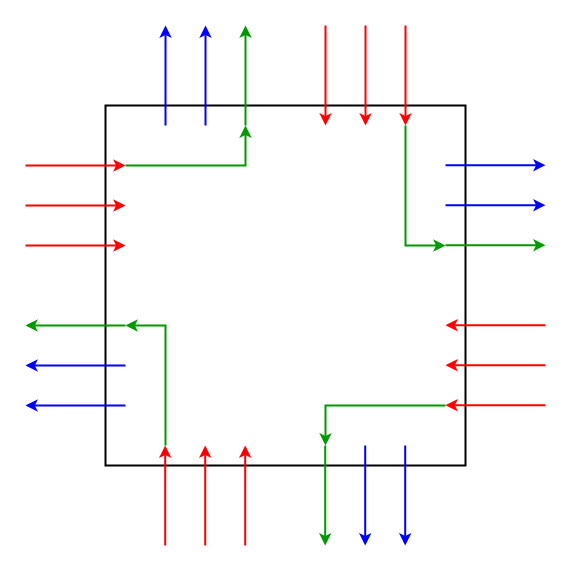
Earlier version of the draw.io diagram 流向图.drawio (As-The-Wind/game-of-life-4-4). Source tidied: cells renumbered, new cells numbered last; positions are measured from the earlier drawing's top-left corner, leaving out a move shared by most shapes. Both pictures are drawn from the tidied source at 100%, with x=0, y=0 at pixel (25, 25).
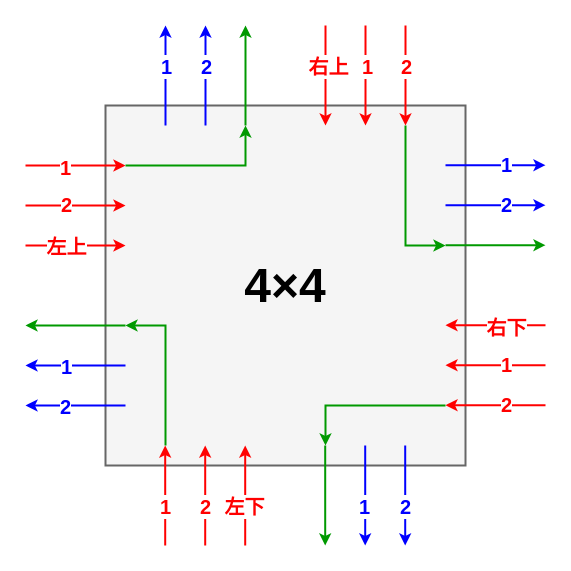
After the change.

The change refers to these unchanged cells:
```xml
<mxCell id="3" style="endArrow=classic;html=1;rounded=0;fillColor=#f8cecc;strokeColor=#FF0000;strokeWidth=2;" parent="1" edge="1">
  <mxGeometry relative="1" as="geometry">
    <mxPoint y="140" as="sourcePoint" />
    <mxPoint x="100" y="140" as="targetPoint" />
  </mxGeometry>
</mxCell>
<mxCell id="4" style="endArrow=classic;html=1;rounded=0;fillColor=#f8cecc;strokeColor=#FF0000;strokeWidth=2;" parent="1" edge="1">
  <mxGeometry relative="1" as="geometry">
    <mxPoint y="180" as="sourcePoint" />
    <mxPoint x="100" y="180" as="targetPoint" />
  </mxGeometry>
</mxCell>
<mxCell id="5" style="endArrow=classic;html=1;rounded=0;fillColor=#f8cecc;strokeColor=#FF0000;strokeWidth=2;" parent="1" edge="1">
  <mxGeometry relative="1" as="geometry">
    <mxPoint y="220" as="sourcePoint" />
    <mxPoint x="100" y="220" as="targetPoint" />
  </mxGeometry>
</mxCell>
<mxCell id="7" style="endArrow=classic;html=1;rounded=0;fillColor=#d5e8d4;strokeColor=#0000FF;strokeWidth=2;" parent="1" edge="1">
  <mxGeometry relative="1" as="geometry">
    <mxPoint x="100" y="340" as="sourcePoint" />
    <mxPoint y="340" as="targetPoint" />
  </mxGeometry>
</mxCell>
<mxCell id="8" style="endArrow=classic;html=1;rounded=0;fillColor=#d5e8d4;strokeColor=#0000FF;strokeWidth=2;" parent="1" edge="1">
  <mxGeometry relative="1" as="geometry">
    <mxPoint x="100" y="380" as="sourcePoint" />
    <mxPoint y="380" as="targetPoint" />
  </mxGeometry>
</mxCell>
<mxCell id="9" style="endArrow=classic;html=1;rounded=0;fillColor=#d5e8d4;strokeColor=#0000FF;strokeWidth=2;" parent="1" edge="1">
  <mxGeometry relative="1" as="geometry">
    <mxPoint x="420" y="139.7" as="sourcePoint" />
    <mxPoint x="520" y="139.7" as="targetPoint" />
  </mxGeometry>
</mxCell>
<mxCell id="10" style="endArrow=classic;html=1;rounded=0;fillColor=#d5e8d4;strokeColor=#0000FF;strokeWidth=2;" parent="1" edge="1">
  <mxGeometry relative="1" as="geometry">
    <mxPoint x="420" y="179.7" as="sourcePoint" />
    <mxPoint x="520" y="179.7" as="targetPoint" />
  </mxGeometry>
</mxCell>
<mxCell id="12" style="endArrow=classic;html=1;rounded=0;strokeColor=#FF0000;strokeWidth=2;" parent="1" edge="1">
  <mxGeometry relative="1" as="geometry">
    <mxPoint x="520" y="299.7" as="sourcePoint" />
    <mxPoint x="420" y="299.7" as="targetPoint" />
  </mxGeometry>
</mxCell>
<mxCell id="13" style="endArrow=classic;html=1;rounded=0;strokeColor=#FF0000;strokeWidth=2;" parent="1" edge="1">
  <mxGeometry relative="1" as="geometry">
    <mxPoint x="520" y="339.7" as="sourcePoint" />
    <mxPoint x="420" y="339.7" as="targetPoint" />
  </mxGeometry>
</mxCell>
<mxCell id="14" style="endArrow=classic;html=1;rounded=0;strokeColor=#FF0000;strokeWidth=2;" parent="1" edge="1">
  <mxGeometry relative="1" as="geometry">
    <mxPoint x="520" y="379.7" as="sourcePoint" />
    <mxPoint x="420" y="379.7" as="targetPoint" />
  </mxGeometry>
</mxCell>
<mxCell id="15" style="endArrow=classic;html=1;rounded=0;fillColor=#d5e8d4;strokeColor=#0000FF;strokeWidth=2;" parent="1" edge="1">
  <mxGeometry relative="1" as="geometry">
    <mxPoint x="140" y="100" as="sourcePoint" />
    <mxPoint x="140" as="targetPoint" />
  </mxGeometry>
</mxCell>
<mxCell id="16" style="endArrow=classic;html=1;rounded=0;fillColor=#d5e8d4;strokeColor=#0000FF;strokeWidth=2;" parent="1" edge="1">
  <mxGeometry relative="1" as="geometry">
    <mxPoint x="180" y="100" as="sourcePoint" />
    <mxPoint x="180" as="targetPoint" />
  </mxGeometry>
</mxCell>
<mxCell id="18" style="endArrow=classic;html=1;rounded=0;strokeColor=#FF0000;strokeWidth=2;" parent="1" edge="1">
  <mxGeometry relative="1" as="geometry">
    <mxPoint x="300" as="sourcePoint" />
    <mxPoint x="300" y="100" as="targetPoint" />
  </mxGeometry>
</mxCell>
<mxCell id="19" style="endArrow=classic;html=1;rounded=0;strokeColor=#FF0000;strokeWidth=2;" parent="1" edge="1">
  <mxGeometry relative="1" as="geometry">
    <mxPoint x="340" as="sourcePoint" />
    <mxPoint x="340" y="100" as="targetPoint" />
  </mxGeometry>
</mxCell>
<mxCell id="20" style="endArrow=classic;html=1;rounded=0;strokeColor=#FF0000;strokeWidth=2;" parent="1" edge="1">
  <mxGeometry relative="1" as="geometry">
    <mxPoint x="380" as="sourcePoint" />
    <mxPoint x="380" y="100" as="targetPoint" />
  </mxGeometry>
</mxCell>
<mxCell id="21" style="endArrow=classic;html=1;rounded=0;strokeColor=#FF0000;strokeWidth=2;" parent="1" edge="1">
  <mxGeometry relative="1" as="geometry">
    <mxPoint x="139.7" y="520" as="sourcePoint" />
    <mxPoint x="139.7" y="420" as="targetPoint" />
  </mxGeometry>
</mxCell>
<mxCell id="22" style="endArrow=classic;html=1;rounded=0;strokeColor=#FF0000;strokeWidth=2;" parent="1" edge="1">
  <mxGeometry relative="1" as="geometry">
    <mxPoint x="179.7" y="520" as="sourcePoint" />
    <mxPoint x="179.7" y="420" as="targetPoint" />
  </mxGeometry>
</mxCell>
<mxCell id="23" style="endArrow=classic;html=1;rounded=0;strokeColor=#FF0000;strokeWidth=2;" parent="1" edge="1">
  <mxGeometry relative="1" as="geometry">
    <mxPoint x="219.7" y="520" as="sourcePoint" />
    <mxPoint x="219.7" y="420" as="targetPoint" />
  </mxGeometry>
</mxCell>
<mxCell id="25" style="endArrow=classic;html=1;rounded=0;fillColor=#d5e8d4;strokeColor=#0000FF;strokeWidth=2;" parent="1" edge="1">
  <mxGeometry relative="1" as="geometry">
    <mxPoint x="339.7" y="420" as="sourcePoint" />
    <mxPoint x="339.7" y="520" as="targetPoint" />
  </mxGeometry>
</mxCell>
<mxCell id="26" style="endArrow=classic;html=1;rounded=0;fillColor=#d5e8d4;strokeColor=#0000FF;strokeWidth=2;" parent="1" edge="1">
  <mxGeometry relative="1" as="geometry">
    <mxPoint x="379.7" y="420" as="sourcePoint" />
    <mxPoint x="379.7" y="520" as="targetPoint" />
  </mxGeometry>
</mxCell>
```

The edit, as a diff of the source:
```diff
@@
-    <mxCell id="2" style="rounded=0;whiteSpace=wrap;html=1;strokeWidth=2;" parent="1" vertex="1">
+    <mxCell id="2" style="rounded=0;whiteSpace=wrap;html=1;strokeWidth=2;fillColor=#f5f5f5;fontColor=#333333;strokeColor=#666666;" parent="1" vertex="1">
       <mxGeometry x="80" y="80" width="360" height="360" as="geometry" />
     </mxCell>
@@
+    <mxCell id="31" value="1" style="edgeLabel;html=1;align=center;verticalAlign=middle;fontSize=20;fontColor=#FF0000;fontStyle=1;" parent="3" vertex="1">
+      <mxGeometry x="-0.55" y="-1" relative="1" as="geometry">
+        <mxPoint x="17" as="offset" />
+      </mxGeometry>
+    </mxCell>
@@
+    <mxCell id="32" value="&lt;div style=&quot;font-size: 20px;&quot;&gt;2&lt;/div&gt;" style="edgeLabel;html=1;align=center;verticalAlign=middle;fontSize=20;fontColor=#FF0000;fontStyle=1;" parent="4" vertex="1">
+      <mxGeometry x="-0.5" y="2" relative="1" as="geometry">
+        <mxPoint x="15" as="offset" />
+      </mxGeometry>
+    </mxCell>
@@
+    <mxCell id="33" value="左上" style="edgeLabel;html=1;align=center;verticalAlign=middle;fontSize=20;fontColor=#FF0000;fontStyle=1;" parent="5" vertex="1">
+      <mxGeometry x="-0.52" relative="1" as="geometry">
+        <mxPoint x="16" as="offset" />
+      </mxGeometry>
+    </mxCell>
@@
+    <mxCell id="34" value="1" style="edgeLabel;html=1;align=center;verticalAlign=middle;fontSize=20;fontColor=#0000FF;fontStyle=1;" parent="7" vertex="1">
+      <mxGeometry x="0.4" relative="1" as="geometry">
+        <mxPoint x="10" as="offset" />
+      </mxGeometry>
+    </mxCell>
@@
+    <mxCell id="35" value="2" style="edgeLabel;html=1;align=center;verticalAlign=middle;fontSize=20;fontColor=#0000FF;fontStyle=1;" parent="8" vertex="1">
+      <mxGeometry x="0.37" relative="1" as="geometry">
+        <mxPoint x="8" as="offset" />
+      </mxGeometry>
+    </mxCell>
@@
+    <mxCell id="36" value="1" style="edgeLabel;html=1;align=center;verticalAlign=middle;fontSize=20;fontColor=#0000FF;fontStyle=1;" parent="9" vertex="1">
+      <mxGeometry x="0.21" y="1" relative="1" as="geometry">
+        <mxPoint x="-1" as="offset" />
+      </mxGeometry>
+    </mxCell>
@@
+    <mxCell id="37" value="2" style="edgeLabel;html=1;align=center;verticalAlign=middle;fontSize=20;fontColor=#0000FF;fontStyle=1;" parent="10" vertex="1">
+      <mxGeometry x="0.19" y="1" relative="1" as="geometry" />
+    </mxCell>
@@
+    <mxCell id="38" value="右下" style="edgeLabel;html=1;align=center;verticalAlign=middle;fontSize=20;fontColor=#FF0000;fontStyle=1;" parent="12" vertex="1">
+      <mxGeometry x="-0.22" y="2" relative="1" as="geometry">
+        <mxPoint x="-1" as="offset" />
+      </mxGeometry>
+    </mxCell>
@@
+    <mxCell id="39" value="1" style="edgeLabel;html=1;align=center;verticalAlign=middle;fontSize=20;fontColor=#FF0000;fontStyle=1;" parent="13" vertex="1">
+      <mxGeometry x="-0.28" y="-1" relative="1" as="geometry">
+        <mxPoint x="-4" as="offset" />
+      </mxGeometry>
+    </mxCell>
@@
+    <mxCell id="40" value="2" style="edgeLabel;html=1;align=center;verticalAlign=middle;fontSize=20;fontColor=#FF0000;fontStyle=1;" parent="14" vertex="1">
+      <mxGeometry x="-0.28" y="-1" relative="1" as="geometry">
+        <mxPoint x="-4" as="offset" />
+      </mxGeometry>
+    </mxCell>
@@
+    <mxCell id="41" value="1" style="edgeLabel;html=1;align=center;verticalAlign=middle;fontSize=20;fontColor=#0000FF;fontStyle=1;" parent="15" vertex="1">
+      <mxGeometry x="0.17" y="2" relative="1" as="geometry">
+        <mxPoint x="2" y="-1" as="offset" />
+      </mxGeometry>
+    </mxCell>
@@
+    <mxCell id="42" value="2" style="edgeLabel;html=1;align=center;verticalAlign=middle;fontSize=20;fontColor=#0000FF;fontStyle=1;" parent="16" vertex="1">
+      <mxGeometry x="0.24" y="2" relative="1" as="geometry">
+        <mxPoint x="2" y="2" as="offset" />
+      </mxGeometry>
+    </mxCell>
@@
+    <mxCell id="43" value="右上" style="edgeLabel;html=1;align=center;verticalAlign=middle;fontSize=20;fontColor=#FF0000;fontStyle=1;" parent="18" vertex="1">
+      <mxGeometry x="-0.17" y="-2" relative="1" as="geometry">
+        <mxPoint x="4" y="-2" as="offset" />
+      </mxGeometry>
+    </mxCell>
@@
+    <mxCell id="44" value="1" style="edgeLabel;html=1;align=center;verticalAlign=middle;fontSize=20;fontColor=#FF0000;fontStyle=1;" parent="19" vertex="1">
+      <mxGeometry x="-0.18" y="-1" relative="1" as="geometry">
+        <mxPoint x="2" y="-1" as="offset" />
+      </mxGeometry>
+    </mxCell>
@@
+    <mxCell id="45" value="2" style="edgeLabel;html=1;align=center;verticalAlign=middle;fontSize=20;fontColor=#FF0000;fontStyle=1;" parent="20" vertex="1">
+      <mxGeometry x="-0.22" y="-2" relative="1" as="geometry">
+        <mxPoint x="2" y="1" as="offset" />
+      </mxGeometry>
+    </mxCell>
@@
+    <mxCell id="46" value="1" style="edgeLabel;html=1;align=center;verticalAlign=middle;fontSize=20;fontColor=#FF0000;fontStyle=1;" parent="21" vertex="1">
+      <mxGeometry x="-0.41" relative="1" as="geometry">
+        <mxPoint y="-10" as="offset" />
+      </mxGeometry>
+    </mxCell>
@@
+    <mxCell id="47" value="2" style="edgeLabel;html=1;align=center;verticalAlign=middle;fontSize=20;fontColor=#FF0000;fontStyle=1;" parent="22" vertex="1">
+      <mxGeometry x="-0.36" y="3" relative="1" as="geometry">
+        <mxPoint x="3" y="-8" as="offset" />
+      </mxGeometry>
+    </mxCell>
@@
+    <mxCell id="48" value="左下" style="edgeLabel;html=1;align=center;verticalAlign=middle;fontSize=20;fontColor=#FF0000;fontStyle=1;" parent="23" vertex="1">
+      <mxGeometry x="-0.29" y="1" relative="1" as="geometry">
+        <mxPoint y="-4" as="offset" />
+      </mxGeometry>
+    </mxCell>
@@
+    <mxCell id="49" value="1" style="edgeLabel;html=1;align=center;verticalAlign=middle;fontSize=20;fontColor=#0000FF;fontStyle=1;" parent="25" vertex="1">
+      <mxGeometry x="0.28" y="-1" relative="1" as="geometry">
+        <mxPoint y="-4" as="offset" />
+      </mxGeometry>
+    </mxCell>
@@
+    <mxCell id="50" value="2" style="edgeLabel;html=1;align=center;verticalAlign=middle;fontSize=20;fontColor=#0000FF;fontStyle=1;" parent="26" vertex="1">
+      <mxGeometry x="0.23" y="-3" relative="1" as="geometry">
+        <mxPoint x="3" y="-2" as="offset" />
+      </mxGeometry>
+    </mxCell>
@@
+    <mxCell id="51" value="&lt;h1 style=&quot;font-size: 48px;&quot;&gt;&lt;font style=&quot;font-size: 48px;&quot;&gt;4×4&lt;/font&gt;&lt;/h1&gt;" style="text;html=1;align=center;verticalAlign=middle;whiteSpace=wrap;rounded=0;fontSize=48;" parent="1" vertex="1">
+      <mxGeometry x="230" y="245" width="60" height="30" as="geometry" />
+    </mxCell>
```
